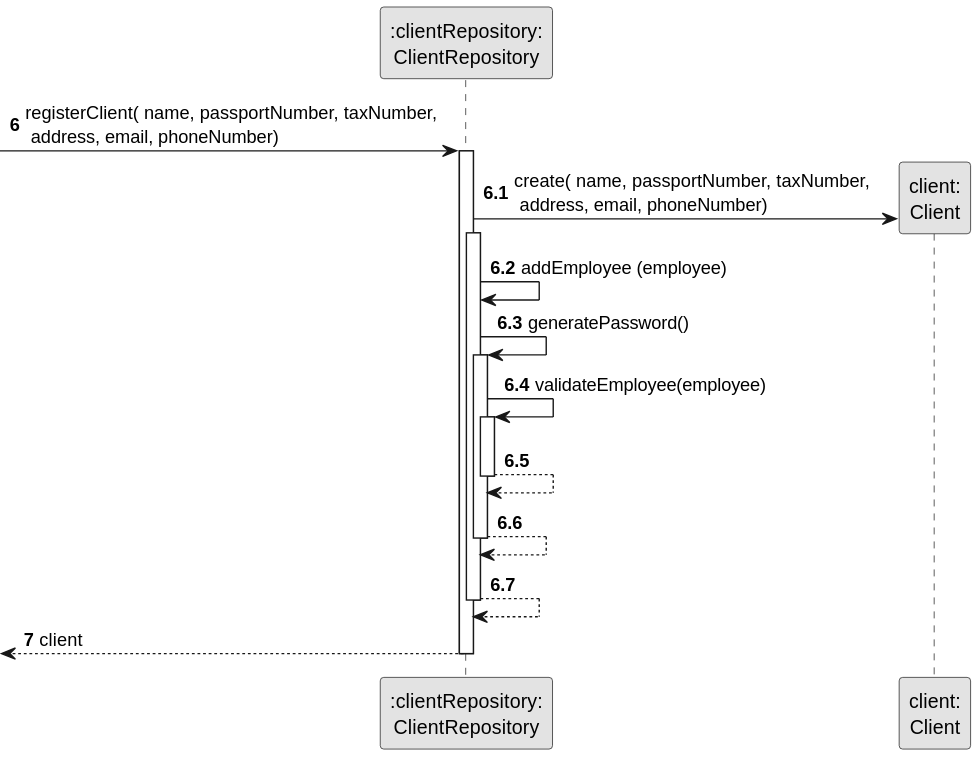
Shushizinho/RealEstateUSASystem keeps this PlantUML diagram as docs/sprintD/us007/03.design/svg/us007-sequence-diagram-partial-create-client.svg. Above is the earlier version. Its diagram source:
```plantuml
@startuml
skinparam monochrome true
skinparam packageStyle rectangle
skinparam shadowing false

autonumber 6

participant ":clientRepository:\nClientRepository" as CLR
participant "client:\nClient" as CLIT

                 -> CLR : registerClient( name, passportNumber, taxNumber, \n address, email, phoneNumber)
                        activate CLR

               autonumber 6.1

                CLR -> CLIT**: create( name, passportNumber, taxNumber, \n address, email, phoneNumber)
                activate CLR

                        CLR -> CLR: addEmployee (employee)

                        CLR -> CLR: generatePassword()

                        activate CLR
                        CLR -> CLR: validateEmployee(employee)
                        activate CLR
                            CLR --> CLR
                        deactivate CLR
                        CLR --> CLR
                    deactivate CLR
                    CLR --> CLR
                deactivate CLR
               autonumber 7


                    <-- CLR : client
                deactivate CLR
@enduml
```
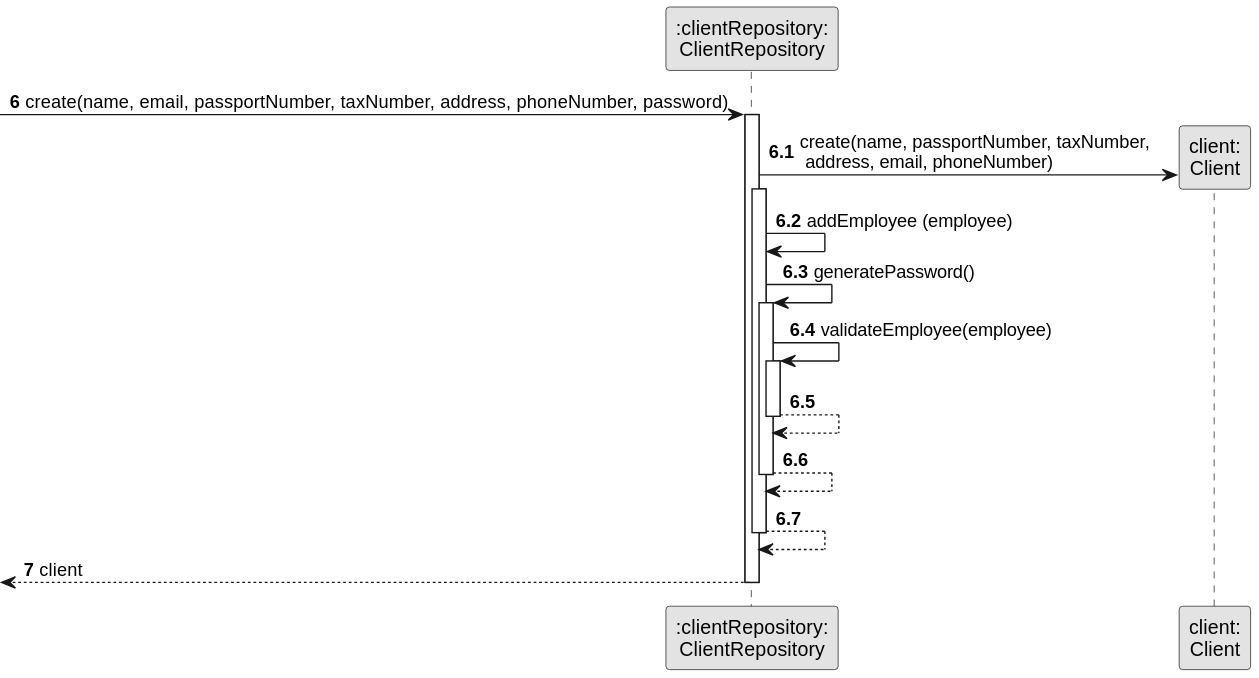
The same file after the commit.

The edit, as a diff of the source:
```diff
@@ -8,12 +8,13 @@
 participant ":clientRepository:\nClientRepository" as CLR
 participant "client:\nClient" as CLIT
 
-                 -> CLR : registerClient( name, passportNumber, taxNumber, \n address, email, phoneNumber)
+                 -> CLR : create(name,  email,  passportNumber, taxNumber, address, phoneNumber, password)
+
                         activate CLR
 
                autonumber 6.1
 
-                CLR -> CLIT**: create( name, passportNumber, taxNumber, \n address, email, phoneNumber)
+                CLR -> CLIT**: create(name, passportNumber, taxNumber, \n address, email, phoneNumber)
                 activate CLR
 
                         CLR -> CLR: addEmployee (employee)
```
